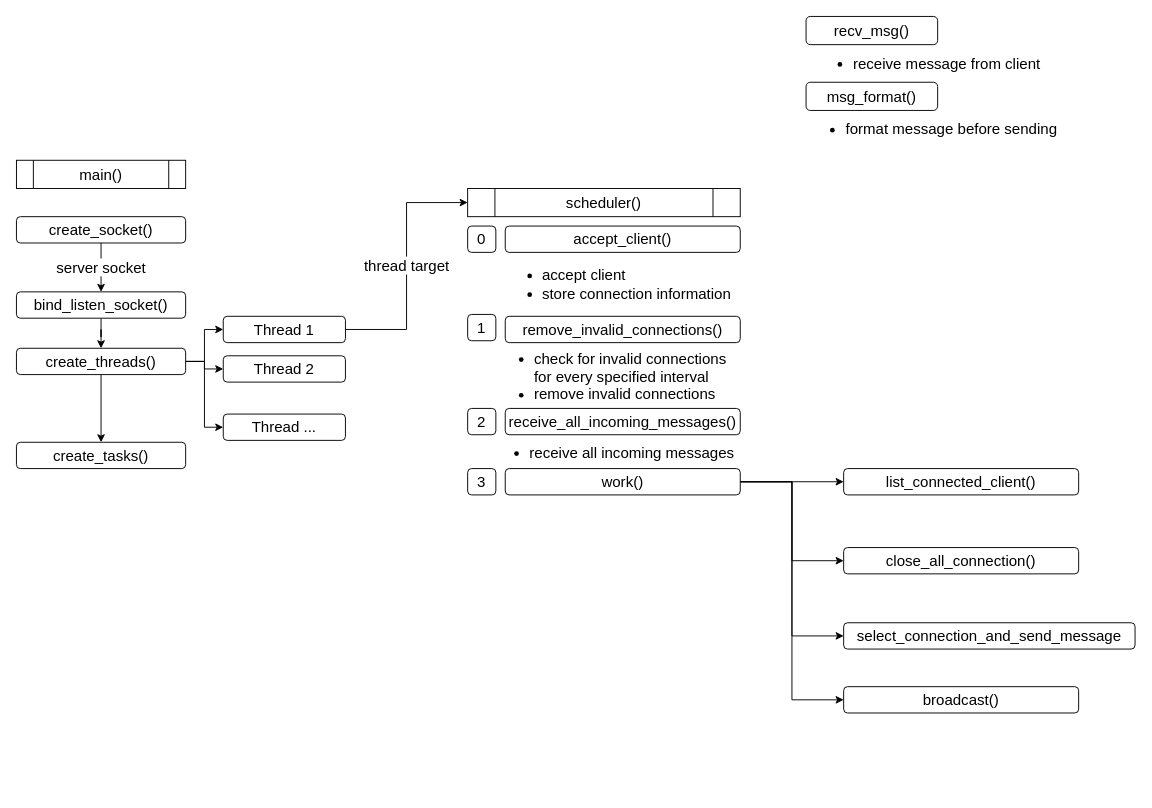
seonwoo960000/skill_stack keeps this draw.io diagram as Chatting Bot/diagrams/chatBotServer.drawio. Above is the earlier version. Source tidied: cells renumbered, new cells numbered last; positions are measured from the earlier drawing's top-left corner, leaving out a move shared by most shapes. Both pictures are drawn from the tidied source at 94%, with x=0, y=0 at pixel (16, 16).
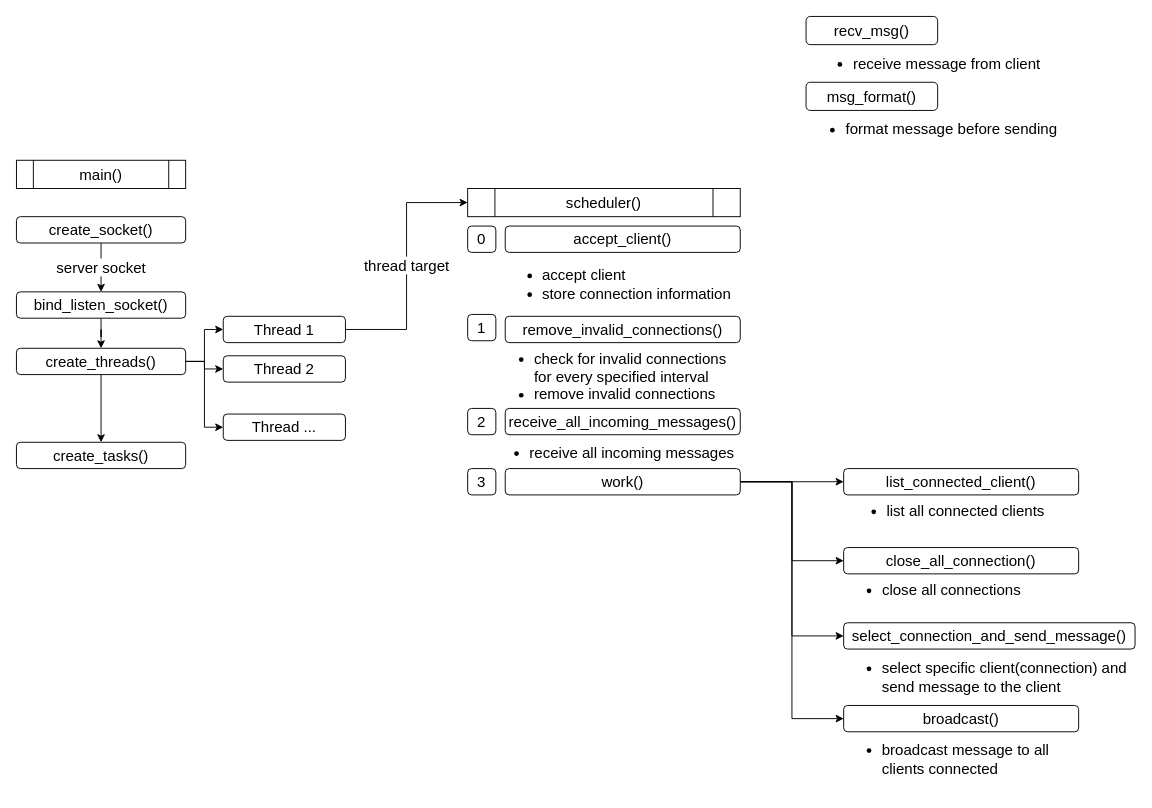
After the change.

The edit, as a diff of the source:
```diff
@@
-    <mxCell id="39" value="select_connection_and_send_message" style="rounded=1;whiteSpace=wrap;html=1;fontSize=16;align=center;" parent="1" vertex="1">
+    <mxCell id="39" value="select_connection_and_send_message()" style="rounded=1;whiteSpace=wrap;html=1;fontSize=16;align=center;" parent="1" vertex="1">
       <mxGeometry x="880" y="645" width="310" height="28" as="geometry" />
     </mxCell>
     <mxCell id="40" value="broadcast()" style="rounded=1;whiteSpace=wrap;html=1;fontSize=16;align=center;" parent="1" vertex="1">
-      <mxGeometry x="880" y="713" width="250" height="28" as="geometry" />
+      <mxGeometry x="880" y="733" width="250" height="28" as="geometry" />
     </mxCell>
+    <mxCell id="41" value="&lt;div style=&quot;text-align: left&quot;&gt;&lt;ul&gt;&lt;li&gt;list all connected clients&lt;/li&gt;&lt;/ul&gt;&lt;/div&gt;" style="text;html=1;strokeColor=none;fillColor=none;align=center;verticalAlign=middle;whiteSpace=wrap;rounded=0;fontSize=16;" parent="1" vertex="1">
+      <mxGeometry x="880" y="509" width="220" height="34" as="geometry" />
+    </mxCell>
+    <mxCell id="42" value="&lt;div style=&quot;text-align: left&quot;&gt;&lt;ul&gt;&lt;li&gt;close all connections&lt;/li&gt;&lt;/ul&gt;&lt;/div&gt;" style="text;html=1;strokeColor=none;fillColor=none;align=center;verticalAlign=middle;whiteSpace=wrap;rounded=0;fontSize=16;" parent="1" vertex="1">
+      <mxGeometry x="880" y="593" width="190" height="34" as="geometry" />
+    </mxCell>
+    <mxCell id="43" value="&lt;div style=&quot;text-align: left&quot;&gt;&lt;ul&gt;&lt;li&gt;select specific client(connection) and send message to the client&lt;/li&gt;&lt;/ul&gt;&lt;/div&gt;" style="text;html=1;strokeColor=none;fillColor=none;align=center;verticalAlign=middle;whiteSpace=wrap;rounded=0;fontSize=16;" parent="1" vertex="1">
+      <mxGeometry x="880" y="683" width="310" height="40" as="geometry" />
+    </mxCell>
+    <mxCell id="44" value="&lt;div style=&quot;text-align: left&quot;&gt;&lt;ul&gt;&lt;li&gt;broadcast message to all clients connected&lt;/li&gt;&lt;/ul&gt;&lt;/div&gt;" style="text;html=1;strokeColor=none;fillColor=none;align=center;verticalAlign=middle;whiteSpace=wrap;rounded=0;fontSize=16;" parent="1" vertex="1">
+      <mxGeometry x="880" y="773" width="250" height="34" as="geometry" />
+    </mxCell>
```
